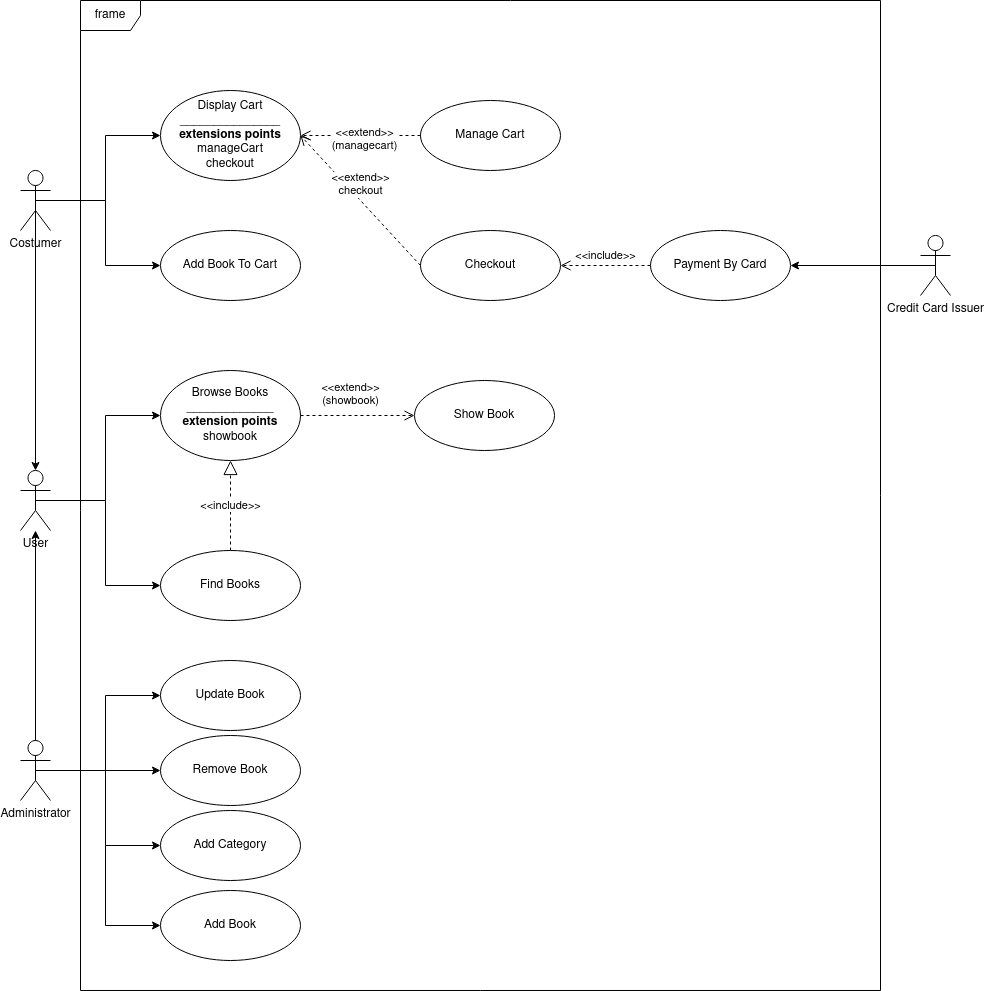
The draw.io diagram models/usecase_book.png in umb-hub/BookStore, before a commit. Source tidied: cells renumbered, new cells last; positions are measured from the earlier drawing's top-left corner, leaving out a move shared by most shapes.
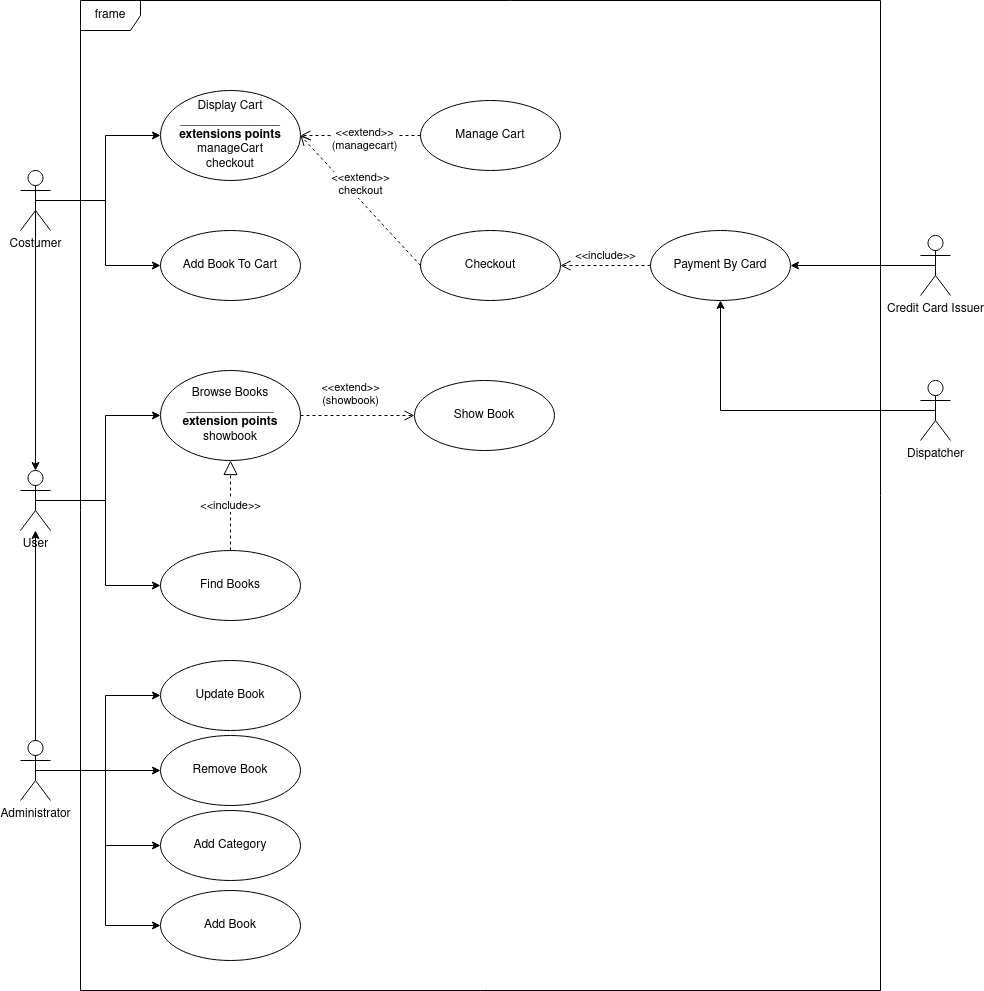
Above is the later version.

The edit, as a diff of the source:
```diff
@@ -103,5 +103,11 @@
     <mxCell id="34" value="Update Book" style="ellipse;whiteSpace=wrap;html=1;" parent="1" vertex="1">
       <mxGeometry x="140" y="660" width="140" height="70" as="geometry" />
     </mxCell>
+    <mxCell id="35" style="edgeStyle=orthogonalEdgeStyle;rounded=0;jettySize=auto;html=1;exitX=0.5;exitY=0.5;exitDx=0;exitDy=0;exitPerimeter=0;entryX=0.5;entryY=1;entryDx=0;entryDy=0;" parent="1" edge="1" source="36" target="27">
+      <mxGeometry relative="1" as="geometry" />
+    </mxCell>
+    <mxCell id="36" value="Dispatcher" style="shape=umlActor;verticalLabelPosition=bottom;verticalAlign=top;html=1;outlineConnect=0;" parent="1" vertex="1">
+      <mxGeometry x="900" y="380" width="30" height="60" as="geometry" />
+    </mxCell>
   </root>
 </mxGraphModel>
```
